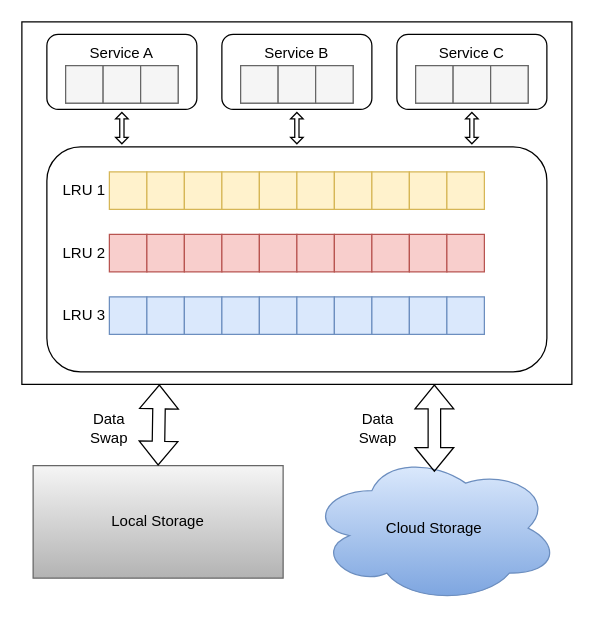
Before: 未命名绘图.drawio in linqinluli/picture_draw, a draw.io diagram. Source tidied: cells renumbered, new cells numbered last; positions are measured from the earlier drawing's top-left corner, leaving out a move shared by most shapes. Both pictures are drawn from the tidied source at 125%, with x=0, y=0 at pixel (21, 21).
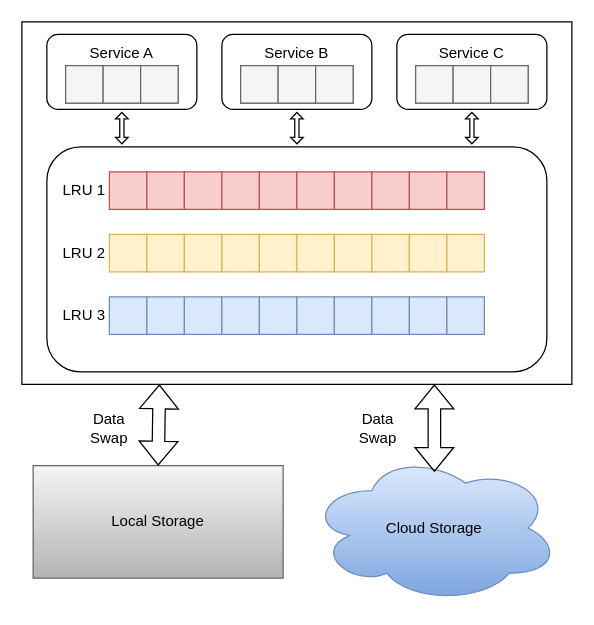
The same page after the edit.

Diff of the diagram source:
```diff
@@
-    <mxCell id="7" style="whiteSpace=wrap;html=1;fillColor=#fff2cc;strokeColor=#d6b656;" parent="1" vertex="1">
+    <mxCell id="7" style="whiteSpace=wrap;html=1;fillColor=#f8cecc;strokeColor=#b85450;" parent="1" vertex="1">
       <mxGeometry x="70" y="120" width="30" height="30" as="geometry" />
     </mxCell>
-    <mxCell id="8" style="whiteSpace=wrap;html=1;fillColor=#fff2cc;strokeColor=#d6b656;" parent="1" vertex="1">
+    <mxCell id="8" style="whiteSpace=wrap;html=1;fillColor=#f8cecc;strokeColor=#b85450;" parent="1" vertex="1">
       <mxGeometry x="100" y="120" width="30" height="30" as="geometry" />
     </mxCell>
-    <mxCell id="9" style="whiteSpace=wrap;html=1;fillColor=#fff2cc;strokeColor=#d6b656;" parent="1" vertex="1">
+    <mxCell id="9" style="whiteSpace=wrap;html=1;fillColor=#f8cecc;strokeColor=#b85450;" parent="1" vertex="1">
       <mxGeometry x="130" y="120" width="30" height="30" as="geometry" />
     </mxCell>
-    <mxCell id="10" style="whiteSpace=wrap;html=1;fillColor=#fff2cc;strokeColor=#d6b656;" parent="1" vertex="1">
+    <mxCell id="10" style="whiteSpace=wrap;html=1;fillColor=#f8cecc;strokeColor=#b85450;" parent="1" vertex="1">
       <mxGeometry x="160" y="120" width="30" height="30" as="geometry" />
     </mxCell>
-    <mxCell id="11" style="whiteSpace=wrap;html=1;fillColor=#fff2cc;strokeColor=#d6b656;" parent="1" vertex="1">
+    <mxCell id="11" style="whiteSpace=wrap;html=1;fillColor=#f8cecc;strokeColor=#b85450;" parent="1" vertex="1">
       <mxGeometry x="190" y="120" width="30" height="30" as="geometry" />
     </mxCell>
-    <mxCell id="12" style="whiteSpace=wrap;html=1;fillColor=#fff2cc;strokeColor=#d6b656;" parent="1" vertex="1">
+    <mxCell id="12" style="whiteSpace=wrap;html=1;fillColor=#f8cecc;strokeColor=#b85450;" parent="1" vertex="1">
       <mxGeometry x="220" y="120" width="30" height="30" as="geometry" />
     </mxCell>
-    <mxCell id="13" style="whiteSpace=wrap;html=1;fillColor=#fff2cc;strokeColor=#d6b656;" parent="1" vertex="1">
+    <mxCell id="13" style="whiteSpace=wrap;html=1;fillColor=#f8cecc;strokeColor=#b85450;" parent="1" vertex="1">
       <mxGeometry x="250" y="120" width="30" height="30" as="geometry" />
     </mxCell>
-    <mxCell id="14" style="whiteSpace=wrap;html=1;fillColor=#fff2cc;strokeColor=#d6b656;" parent="1" vertex="1">
+    <mxCell id="14" style="whiteSpace=wrap;html=1;fillColor=#f8cecc;strokeColor=#b85450;" parent="1" vertex="1">
       <mxGeometry x="280" y="120" width="30" height="30" as="geometry" />
     </mxCell>
-    <mxCell id="15" style="whiteSpace=wrap;html=1;fillColor=#fff2cc;strokeColor=#d6b656;" parent="1" vertex="1">
+    <mxCell id="15" style="whiteSpace=wrap;html=1;fillColor=#f8cecc;strokeColor=#b85450;" parent="1" vertex="1">
       <mxGeometry x="310" y="120" width="30" height="30" as="geometry" />
     </mxCell>
@@
-    <mxCell id="32" style="whiteSpace=wrap;html=1;fillColor=#fff2cc;strokeColor=#d6b656;" parent="1" vertex="1">
+    <mxCell id="32" style="whiteSpace=wrap;html=1;fillColor=#f8cecc;strokeColor=#b85450;" parent="1" vertex="1">
       <mxGeometry x="340" y="120" width="30" height="30" as="geometry" />
     </mxCell>
-    <mxCell id="33" style="whiteSpace=wrap;html=1;fillColor=#f8cecc;strokeColor=#b85450;" parent="1" vertex="1">
+    <mxCell id="33" style="whiteSpace=wrap;html=1;fillColor=#fff2cc;strokeColor=#d6b656;" parent="1" vertex="1">
       <mxGeometry x="70" y="170" width="30" height="30" as="geometry" />
     </mxCell>
-    <mxCell id="34" style="whiteSpace=wrap;html=1;fillColor=#f8cecc;strokeColor=#b85450;" parent="1" vertex="1">
+    <mxCell id="34" style="whiteSpace=wrap;html=1;fillColor=#fff2cc;strokeColor=#d6b656;" parent="1" vertex="1">
       <mxGeometry x="100" y="170" width="30" height="30" as="geometry" />
     </mxCell>
-    <mxCell id="35" style="whiteSpace=wrap;html=1;fillColor=#f8cecc;strokeColor=#b85450;" parent="1" vertex="1">
+    <mxCell id="35" style="whiteSpace=wrap;html=1;fillColor=#fff2cc;strokeColor=#d6b656;" parent="1" vertex="1">
       <mxGeometry x="130" y="170" width="30" height="30" as="geometry" />
     </mxCell>
-    <mxCell id="36" style="whiteSpace=wrap;html=1;fillColor=#f8cecc;strokeColor=#b85450;" parent="1" vertex="1">
+    <mxCell id="36" style="whiteSpace=wrap;html=1;fillColor=#fff2cc;strokeColor=#d6b656;" parent="1" vertex="1">
       <mxGeometry x="160" y="170" width="30" height="30" as="geometry" />
     </mxCell>
-    <mxCell id="37" style="whiteSpace=wrap;html=1;fillColor=#f8cecc;strokeColor=#b85450;" parent="1" vertex="1">
+    <mxCell id="37" style="whiteSpace=wrap;html=1;fillColor=#fff2cc;strokeColor=#d6b656;" parent="1" vertex="1">
       <mxGeometry x="190" y="170" width="30" height="30" as="geometry" />
     </mxCell>
-    <mxCell id="38" style="whiteSpace=wrap;html=1;fillColor=#f8cecc;strokeColor=#b85450;" parent="1" vertex="1">
+    <mxCell id="38" style="whiteSpace=wrap;html=1;fillColor=#fff2cc;strokeColor=#d6b656;" parent="1" vertex="1">
       <mxGeometry x="220" y="170" width="30" height="30" as="geometry" />
     </mxCell>
-    <mxCell id="39" style="whiteSpace=wrap;html=1;fillColor=#f8cecc;strokeColor=#b85450;" parent="1" vertex="1">
+    <mxCell id="39" style="whiteSpace=wrap;html=1;fillColor=#fff2cc;strokeColor=#d6b656;" parent="1" vertex="1">
       <mxGeometry x="250" y="170" width="30" height="30" as="geometry" />
     </mxCell>
-    <mxCell id="40" style="whiteSpace=wrap;html=1;fillColor=#f8cecc;strokeColor=#b85450;" parent="1" vertex="1">
+    <mxCell id="40" style="whiteSpace=wrap;html=1;fillColor=#fff2cc;strokeColor=#d6b656;" parent="1" vertex="1">
       <mxGeometry x="280" y="170" width="30" height="30" as="geometry" />
     </mxCell>
-    <mxCell id="41" style="whiteSpace=wrap;html=1;fillColor=#f8cecc;strokeColor=#b85450;" parent="1" vertex="1">
+    <mxCell id="41" style="whiteSpace=wrap;html=1;fillColor=#fff2cc;strokeColor=#d6b656;" parent="1" vertex="1">
       <mxGeometry x="310" y="170" width="30" height="30" as="geometry" />
     </mxCell>
-    <mxCell id="42" style="whiteSpace=wrap;html=1;fillColor=#f8cecc;strokeColor=#b85450;" parent="1" vertex="1">
+    <mxCell id="42" style="whiteSpace=wrap;html=1;fillColor=#fff2cc;strokeColor=#d6b656;" parent="1" vertex="1">
       <mxGeometry x="340" y="170" width="30" height="30" as="geometry" />
     </mxCell>
```
